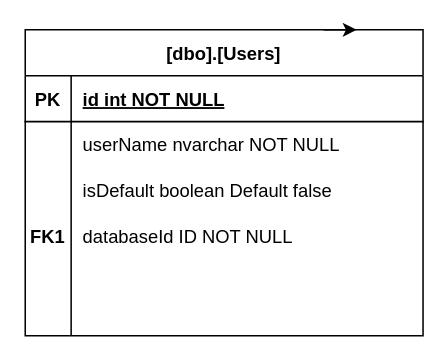
This is Untitled Diagram.drawio from Artemchik2016/WEB-AIRPORT, a draw.io file, before an edit. Source tidied: cells renumbered, new cells numbered last; positions are measured from the earlier drawing's top-left corner, leaving out a move shared by most shapes. Both pictures are drawn from the tidied source at 153%, with x=0, y=0 at pixel (24, 29).
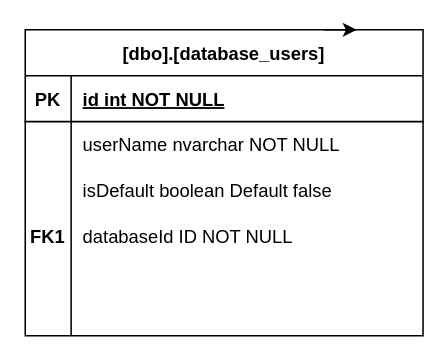
The same page after the edit.

Change to the diagram source:
```diff
@@
-    <mxCell id="2" value="[dbo].[Users]" style="shape=table;startSize=30;childLayout=tableLayout;rowLines=0;fontStyle=1;align=center;" parent="1" vertex="1">
+    <mxCell id="2" value="[dbo].[database_users]" style="shape=table;startSize=30;childLayout=tableLayout;rowLines=0;fontStyle=1;align=center;" parent="1" vertex="1">
       <mxGeometry width="260" height="200" as="geometry" />
     </mxCell>
```
